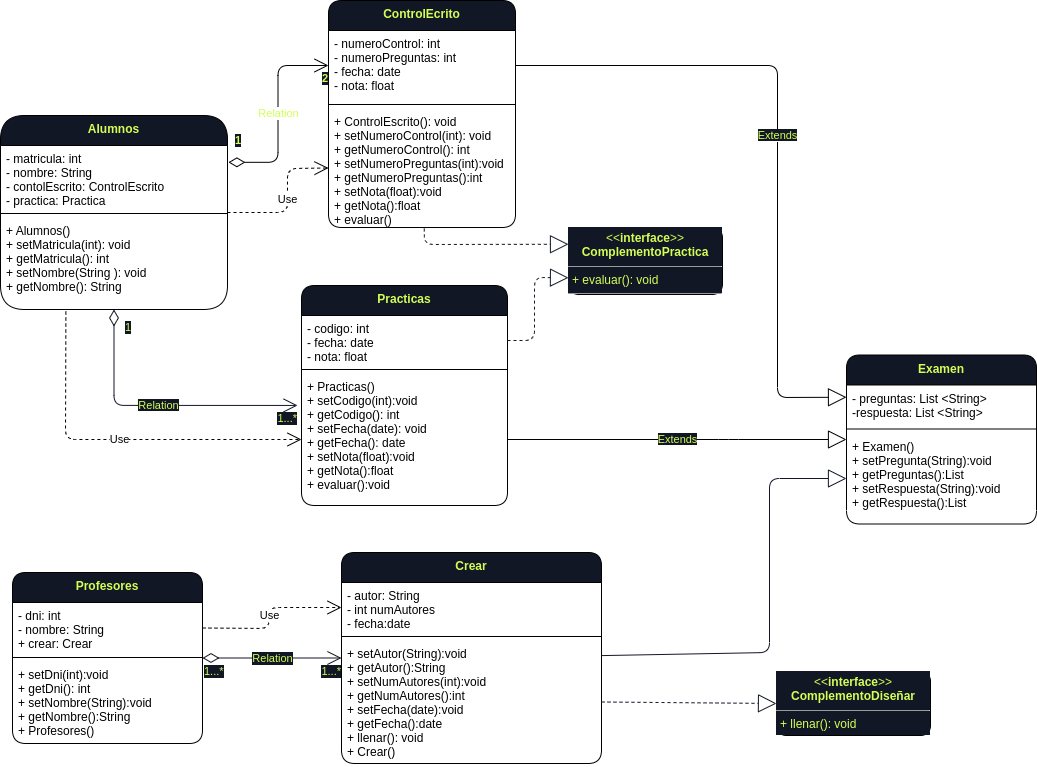
The draw.io diagram ABP/diagrama de clases/Diagrama_de_clases.png in miller-vrg/Desarrollo-2, before a commit. Source tidied: cells renumbered, new cells last; positions are measured from the earlier drawing's top-left corner, leaving out a move shared by most shapes.
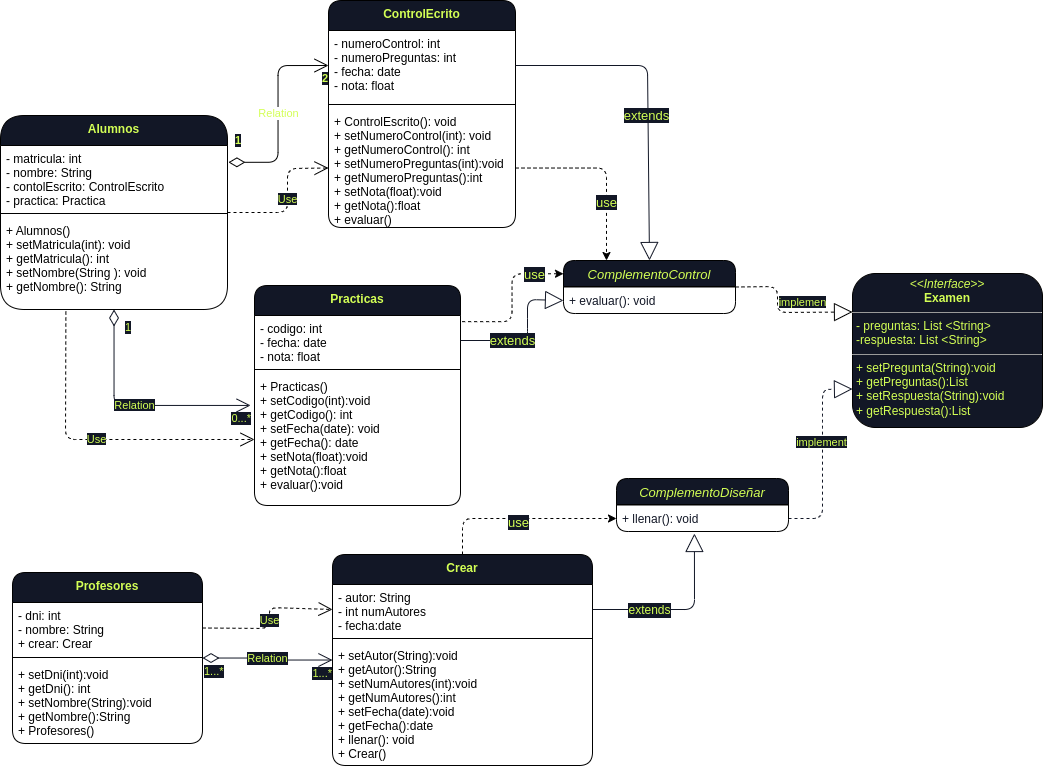
The same diagram one commit later.

Commit message:
Se actualiza el diagrama de clases

Change to the diagram source:
```diff
@@ -28,4 +28,5 @@
     </mxCell>
-    <mxCell id="10" style="edgeStyle=none;rounded=1;jettySize=auto;html=1;fontColor=#D3FF55;startArrow=ERone;startFill=0;endArrow=block;endFill=0;endSize=16;strokeColor=none;strokeWidth=1;entryX=1.015;entryY=0.84;entryDx=0;entryDy=0;entryPerimeter=0;" parent="1" edge="1" source="14" target="23">
+    <mxCell id="10" style="edgeStyle=none;rounded=1;jettySize=auto;html=1;fontColor=#D3FF55;startArrow=ERone;startFill=0;endArrow=block;endFill=0;endSize=16;strokeColor=none;strokeWidth=1;entryX=1.015;entryY=0.84;entryDx=0;entryDy=0;entryPerimeter=0;" parent="1" edge="1" target="23">
       <mxGeometry relative="1" as="geometry">
+        <mxPoint x="848.4" y="421" as="sourcePoint" />
         <Array as="points">
@@ -35,14 +36,2 @@
     </mxCell>
-    <mxCell id="11" value="Examen" style="swimlane;fontStyle=1;align=center;verticalAlign=top;horizontal=1;startSize=30;fillColor=#121726;fontColor=#D3FF55;rounded=1;" parent="1" vertex="1">
-      <mxGeometry x="846" y="354.5" width="190" height="169" as="geometry" />
-    </mxCell>
-    <mxCell id="12" value="- preguntas: List &lt;String&gt; &#10;-respuesta: List &lt;String&gt;&#10;" style="text;strokeColor=none;fillColor=none;align=left;verticalAlign=top;spacingLeft=4;spacingRight=4;overflow=hidden;rounded=1;" parent="11" vertex="1">
-      <mxGeometry y="30" width="190" height="40" as="geometry" />
-    </mxCell>
-    <mxCell id="13" style="line;strokeWidth=1;fillColor=none;align=left;verticalAlign=middle;spacingTop=-1;spacingLeft=3;spacingRight=3;labelPosition=right;rounded=1;" parent="11" vertex="1">
-      <mxGeometry y="70" width="190" height="8" as="geometry" />
-    </mxCell>
-    <mxCell id="14" value="+ Examen()&#10;+ setPregunta(String):void&#10;+ getPreguntas():List&#10;+ setRespuesta(String):void&#10;+ getRespuesta():List" style="text;strokeColor=none;fillColor=none;align=left;verticalAlign=top;spacingLeft=4;spacingRight=4;overflow=hidden;points=[[0,0.5],[1,0.5]];portConstraint=eastwest;rounded=1;" parent="11" vertex="1">
-      <mxGeometry y="78" width="190" height="91" as="geometry" />
-    </mxCell>
     <mxCell id="15" value="Relation" style="endArrow=open;html=1;endSize=12;startArrow=diamondThin;startSize=14;startFill=0;edgeStyle=orthogonalEdgeStyle;rounded=1;fontColor=#D3FF55;entryX=0;entryY=0.5;entryDx=0;entryDy=0;endFill=0;strokeWidth=1;exitX=1.004;exitY=0.263;exitDx=0;exitDy=0;exitPerimeter=0;" parent="1" edge="1" source="3" target="7">
@@ -70,4 +59,10 @@
     </mxCell>
+    <mxCell id="48" style="edgeStyle=orthogonalEdgeStyle;rounded=1;jettySize=auto;html=1;dashed=1;fontFamily=Helvetica;fontSize=13;fontColor=#D3FF55;startSize=30;" parent="1" edge="1" source="22" target="59">
+      <mxGeometry relative="1" as="geometry" />
+    </mxCell>
+    <mxCell id="49" value="use" style="edgeLabel;html=1;align=center;verticalAlign=middle;fontSize=13;fontFamily=Helvetica;fontColor=#D3FF55;labelBackgroundColor=#121726;" parent="48" vertex="1">
+      <mxGeometry x="-0.04" y="-3" relative="1" as="geometry" />
+    </mxCell>
     <mxCell id="22" value="Crear" style="swimlane;fontStyle=1;align=center;verticalAlign=top;horizontal=1;startSize=30;fillColor=#121726;fontColor=#D3FF55;rounded=1;" parent="1" vertex="1">
-      <mxGeometry x="341" y="552" width="260" height="211" as="geometry" />
+      <mxGeometry x="332" y="554" width="260" height="211" as="geometry" />
     </mxCell>
@@ -82,4 +77,12 @@
     </mxCell>
+    <mxCell id="50" style="edgeStyle=orthogonalEdgeStyle;rounded=1;jettySize=auto;html=1;entryX=0;entryY=0.25;entryDx=0;entryDy=0;dashed=1;fontFamily=Helvetica;fontSize=13;fontColor=#D3FF55;startSize=30;exitX=1.008;exitY=0.123;exitDx=0;exitDy=0;exitPerimeter=0;" parent="1" edge="1" source="27" target="60">
+      <mxGeometry relative="1" as="geometry" />
+    </mxCell>
+    <mxCell id="51" value="use" style="edgeLabel;html=1;align=center;verticalAlign=middle;fontSize=13;fontFamily=Helvetica;fontColor=#D3FF55;labelBackgroundColor=#121726;" parent="50" vertex="1">
+      <mxGeometry x="-0.52" y="-2" relative="1" as="geometry">
+        <mxPoint x="36" y="-50" as="offset" />
+      </mxGeometry>
+    </mxCell>
     <mxCell id="26" value="Practicas" style="swimlane;fontStyle=1;align=center;verticalAlign=top;horizontal=1;startSize=30;fillColor=#121726;fontColor=#D3FF55;rounded=1;" parent="1" vertex="1">
-      <mxGeometry x="301" y="285" width="206" height="220" as="geometry" />
+      <mxGeometry x="254" y="285" width="206" height="220" as="geometry" />
     </mxCell>
@@ -97,7 +100,7 @@
     </mxCell>
-    <mxCell id="31" value="&lt;span style=&quot;background-color: rgb(18 , 23 , 38)&quot;&gt;Extends&lt;/span&gt;" style="endArrow=block;endSize=16;endFill=0;html=1;rounded=1;fontColor=#D3FF55;entryX=0;entryY=0.25;entryDx=0;entryDy=0;exitX=1;exitY=0.5;exitDx=0;exitDy=0;" parent="1" edge="1" source="7" target="11">
-      <mxGeometry relative="1" as="geometry">
+    <mxCell id="31" value="&lt;span style=&quot;background-color: rgb(18 , 23 , 38)&quot;&gt;implemen&lt;/span&gt;" style="endArrow=block;endSize=16;endFill=0;html=1;rounded=1;fontColor=#D3FF55;exitX=1;exitY=0.5;exitDx=0;exitDy=0;entryX=0;entryY=0.25;entryDx=0;entryDy=0;dashed=1;" parent="1" edge="1" source="60" target="56">
+      <mxGeometry x="0.3" y="10" relative="1" as="geometry">
         <Array as="points">
-          <mxPoint x="777" y="65" />
-          <mxPoint x="777" y="397" />
+          <mxPoint x="777" y="286" />
+          <mxPoint x="777" y="312" />
         </Array>
@@ -105,14 +108,8 @@
     </mxCell>
-    <mxCell id="32" value="&lt;span style=&quot;background-color: rgb(18 , 23 , 38)&quot;&gt;Extends&lt;/span&gt;" style="endArrow=block;endFill=0;html=1;rounded=1;fontColor=#D3FF55;endSize=16;entryX=0;entryY=0.5;entryDx=0;entryDy=0;exitX=1;exitY=0.5;exitDx=0;exitDy=0;" parent="1" edge="1" source="29" target="11">
-      <mxGeometry relative="1" as="geometry">
-        <Array as="points">
-          <mxPoint x="728" y="439" />
-        </Array>
-      </mxGeometry>
-    </mxCell>
-    <mxCell id="33" style="edgeStyle=none;rounded=1;jettySize=auto;html=1;fontColor=#D3FF55;startArrow=none;startFill=0;endArrow=block;endFill=0;endSize=16;strokeColor=#121726;strokeWidth=1;entryX=0;entryY=0.5;entryDx=0;entryDy=0;" parent="1" edge="1" source="22" target="14">
+    <mxCell id="33" style="edgeStyle=none;rounded=1;jettySize=auto;html=1;fontColor=#D3FF55;startArrow=none;startFill=0;endArrow=block;endFill=0;endSize=16;strokeColor=#121726;strokeWidth=1;dashed=1;entryX=0;entryY=0.75;entryDx=0;entryDy=0;exitX=1;exitY=0.5;exitDx=0;exitDy=0;" parent="1" edge="1" source="59" target="56">
       <mxGeometry relative="1" as="geometry">
         <Array as="points">
-          <mxPoint x="769" y="652" />
-          <mxPoint x="769" y="478" />
+          <mxPoint x="822" y="518" />
+          <mxPoint x="822" y="421" />
+          <mxPoint x="822" y="389" />
         </Array>
@@ -120,2 +117,5 @@
     </mxCell>
+    <mxCell id="52" value="&lt;span style=&quot;background-color: rgb(18 , 23 , 38)&quot;&gt;&lt;font color=&quot;#d3ff55&quot;&gt;implement&lt;/font&gt;&lt;/span&gt;" style="edgeLabel;html=1;align=center;verticalAlign=middle;fontColor=#121726;" parent="33" vertex="1">
+      <mxGeometry x="0.14" y="2" relative="1" as="geometry" />
+    </mxCell>
     <mxCell id="34" value="&lt;span style=&quot;background-color: rgb(18 , 23 , 38)&quot;&gt;Relation&lt;/span&gt;" style="endArrow=open;html=1;endSize=12;startArrow=diamondThin;startSize=14;startFill=0;edgeStyle=orthogonalEdgeStyle;rounded=1;fontColor=#D3FF55;strokeColor=#121726;strokeWidth=1;endFill=0;entryX=-0.019;entryY=0.242;entryDx=0;entryDy=0;entryPerimeter=0;" parent="1" edge="1" source="2" target="29">
@@ -132,3 +132,3 @@
     </mxCell>
-    <mxCell id="36" value="1...*" style="edgeLabel;html=1;align=right;verticalAlign=top;labelBackgroundColor=#121726;fontColor=#D3FF55;fillColor=#121726;rounded=1;" parent="34" vertex="1">
+    <mxCell id="36" value="0...*" style="edgeLabel;html=1;align=right;verticalAlign=top;labelBackgroundColor=#121726;fontColor=#D3FF55;fillColor=#121726;rounded=1;" parent="34" vertex="1">
       <mxGeometry x="1" relative="1" as="geometry" />
@@ -144,16 +144,20 @@
     </mxCell>
-    <mxCell id="40" value="&lt;p style=&quot;margin: 0px ; margin-top: 4px ; text-align: center&quot;&gt;&amp;lt;&amp;lt;&lt;b&gt;interface&lt;/b&gt;&amp;gt;&amp;gt;&lt;br&gt;&lt;b&gt;ComplementoDiseñar&lt;/b&gt;&lt;/p&gt;&lt;hr size=&quot;1&quot;&gt;&lt;p style=&quot;margin: 0px ; margin-left: 4px&quot;&gt;+ llenar(): void&lt;br&gt;&lt;/p&gt;&lt;hr size=&quot;1&quot;&gt;&lt;p style=&quot;margin: 0px ; margin-left: 4px&quot;&gt;&lt;br&gt;&lt;/p&gt;" style="verticalAlign=top;align=left;overflow=fill;fontSize=12;fontFamily=Helvetica;html=1;rounded=1;shadow=0;labelBackgroundColor=#121726;fontColor=#D3FF55;fillColor=none;" parent="1" vertex="1">
-      <mxGeometry x="776" y="671" width="154" height="64" as="geometry" />
-    </mxCell>
-    <mxCell id="41" style="edgeStyle=none;rounded=1;jettySize=auto;html=1;fontColor=#D3FF55;startArrow=none;startFill=0;endArrow=block;endFill=0;endSize=16;strokeColor=#121726;strokeWidth=1;entryX=0;entryY=0.5;entryDx=0;entryDy=0;dashed=1;exitX=1;exitY=0.5;exitDx=0;exitDy=0;" parent="1" edge="1" source="25" target="40">
-      <mxGeometry relative="1" as="geometry" />
+    <mxCell id="41" style="edgeStyle=none;rounded=1;jettySize=auto;html=1;fontColor=#D3FF55;startArrow=none;startFill=0;endArrow=block;endFill=0;endSize=16;strokeColor=#121726;strokeWidth=1;exitX=1;exitY=0.5;exitDx=0;exitDy=0;entryX=0.453;entryY=1.077;entryDx=0;entryDy=0;entryPerimeter=0;" parent="1" edge="1" source="23" target="59">
+      <mxGeometry relative="1" as="geometry">
+        <Array as="points">
+          <mxPoint x="694" y="609" />
+        </Array>
+      </mxGeometry>
     </mxCell>
-    <mxCell id="42" value="&lt;p style=&quot;margin: 0px ; margin-top: 4px ; text-align: center&quot;&gt;&amp;lt;&amp;lt;&lt;b&gt;interface&lt;/b&gt;&amp;gt;&amp;gt;&lt;br&gt;&lt;b&gt;ComplementoPractica&lt;/b&gt;&lt;/p&gt;&lt;hr size=&quot;1&quot;&gt;&lt;p style=&quot;margin: 0px ; margin-left: 4px&quot;&gt;+ evaluar(): void&lt;br&gt;&lt;/p&gt;&lt;hr size=&quot;1&quot;&gt;&lt;p style=&quot;margin: 0px ; margin-left: 4px&quot;&gt;&lt;br&gt;&lt;/p&gt;" style="verticalAlign=top;align=left;overflow=fill;fontSize=12;fontFamily=Helvetica;html=1;rounded=1;shadow=0;labelBackgroundColor=#121726;fontColor=#D3FF55;fillColor=none;" parent="1" vertex="1">
-      <mxGeometry x="568" y="227" width="154" height="67" as="geometry" />
-    </mxCell>
+    <mxCell id="53" value="extends" style="edgeLabel;html=1;align=center;verticalAlign=middle;fontSize=12;fontFamily=Helvetica;fontColor=#D3FF55;labelBackgroundColor=#121726;" parent="41" vertex="1">
+      <mxGeometry x="-0.05" y="2" relative="1" as="geometry">
+        <mxPoint x="-28" y="2" as="offset" />
+      </mxGeometry>
+    </mxCell>
-    <mxCell id="43" style="edgeStyle=none;rounded=1;jettySize=auto;html=1;fontColor=#D3FF55;startArrow=none;startFill=0;endArrow=block;endFill=0;endSize=16;strokeColor=#121726;strokeWidth=1;dashed=1;entryX=0;entryY=0.75;entryDx=0;entryDy=0;exitX=1;exitY=0.5;exitDx=0;exitDy=0;" parent="1" edge="1" source="27" target="42">
+    <mxCell id="43" style="edgeStyle=none;rounded=1;jettySize=auto;html=1;fontColor=#D3FF55;startArrow=none;startFill=0;endArrow=block;endFill=0;endSize=16;strokeColor=#121726;strokeWidth=1;entryX=0;entryY=0.5;entryDx=0;entryDy=0;exitX=1;exitY=0.5;exitDx=0;exitDy=0;" parent="1" edge="1" source="27" target="62">
       <mxGeometry relative="1" as="geometry">
         <Array as="points">
-          <mxPoint x="534" y="340" />
-          <mxPoint x="534" y="277" />
+          <mxPoint x="527" y="340" />
+          <mxPoint x="527" y="328" />
+          <mxPoint x="527" y="299" />
         </Array>
@@ -161,6 +165,9 @@
     </mxCell>
+    <mxCell id="54" value="extends" style="edgeLabel;html=1;align=center;verticalAlign=middle;fontSize=13;fontFamily=Helvetica;fontColor=#D3FF55;labelBackgroundColor=#121726;" parent="43" vertex="1">
+      <mxGeometry x="-0.29" y="1" relative="1" as="geometry" />
+    </mxCell>
-    <mxCell id="44" style="edgeStyle=none;rounded=1;jettySize=auto;html=1;fontColor=#D3FF55;startArrow=none;startFill=0;endArrow=block;endFill=0;endSize=16;strokeColor=#121726;strokeWidth=1;dashed=1;entryX=0;entryY=0.25;entryDx=0;entryDy=0;exitX=0.512;exitY=1.008;exitDx=0;exitDy=0;exitPerimeter=0;" parent="1" edge="1" source="9" target="42">
+    <mxCell id="44" style="edgeStyle=none;rounded=1;jettySize=auto;html=1;fontColor=#D3FF55;startArrow=none;startFill=0;endArrow=block;endFill=0;endSize=16;strokeColor=#121726;strokeWidth=1;entryX=0.5;entryY=0;entryDx=0;entryDy=0;exitX=1;exitY=0.5;exitDx=0;exitDy=0;" parent="1" edge="1" source="7" target="60">
       <mxGeometry relative="1" as="geometry">
         <Array as="points">
-          <mxPoint x="424" y="244" />
+          <mxPoint x="647" y="65" />
         </Array>
@@ -168,3 +175,6 @@
     </mxCell>
+    <mxCell id="55" value="extends" style="edgeLabel;html=1;align=center;verticalAlign=middle;fontSize=13;fontFamily=Helvetica;fontColor=#D3FF55;labelBackgroundColor=#121726;" parent="44" vertex="1">
+      <mxGeometry x="0.11" y="-2" relative="1" as="geometry" />
+    </mxCell>
-    <mxCell id="45" value="Use" style="endArrow=open;endSize=12;dashed=1;html=1;rounded=1;exitX=0.288;exitY=1.022;exitDx=0;exitDy=0;exitPerimeter=0;entryX=0;entryY=0.5;entryDx=0;entryDy=0;strokeColor=default;" parent="1" edge="1" source="5" target="29">
+    <mxCell id="45" value="&lt;span style=&quot;background-color: rgb(18 , 23 , 38)&quot;&gt;&lt;font color=&quot;#d3ff55&quot;&gt;Use&lt;/font&gt;&lt;/span&gt;" style="endArrow=open;endSize=12;dashed=1;html=1;rounded=1;exitX=0.288;exitY=1.022;exitDx=0;exitDy=0;exitPerimeter=0;entryX=0;entryY=0.5;entryDx=0;entryDy=0;strokeColor=default;" parent="1" edge="1" source="5" target="29">
       <mxGeometry relative="1" as="geometry">
@@ -175,3 +185,3 @@
     </mxCell>
-    <mxCell id="46" value="Use" style="endArrow=open;endSize=12;dashed=1;html=1;rounded=1;exitX=1;exitY=0.5;exitDx=0;exitDy=0;entryX=0;entryY=0.5;entryDx=0;entryDy=0;strokeColor=default;" parent="1" edge="1" source="2" target="9">
+    <mxCell id="46" value="&lt;span style=&quot;background-color: rgb(18 , 23 , 38)&quot;&gt;&lt;font color=&quot;#d3ff55&quot;&gt;Use&lt;/font&gt;&lt;/span&gt;" style="endArrow=open;endSize=12;dashed=1;html=1;rounded=1;exitX=1;exitY=0.5;exitDx=0;exitDy=0;entryX=0;entryY=0.5;entryDx=0;entryDy=0;strokeColor=default;" parent="1" edge="1" source="2" target="9">
       <mxGeometry relative="1" as="geometry">
@@ -183,3 +193,3 @@
     </mxCell>
-    <mxCell id="47" value="Use" style="endArrow=open;endSize=12;dashed=1;html=1;rounded=1;strokeColor=default;exitX=1;exitY=0.5;exitDx=0;exitDy=0;entryX=0;entryY=0.5;entryDx=0;entryDy=0;" parent="1" edge="1" source="19" target="23">
+    <mxCell id="47" value="Use" style="endArrow=open;endSize=12;dashed=1;html=1;rounded=1;strokeColor=default;exitX=1;exitY=0.5;exitDx=0;exitDy=0;entryX=0;entryY=0.5;entryDx=0;entryDy=0;labelBackgroundColor=#121726;fontColor=#D3FF55;" parent="1" edge="1" source="19" target="23">
       <mxGeometry relative="1" as="geometry">
@@ -191,2 +201,29 @@
     </mxCell>
+    <mxCell id="56" value="&lt;p style=&quot;margin: 0px ; margin-top: 4px ; text-align: center&quot;&gt;&lt;i&gt;&amp;lt;&amp;lt;Interface&amp;gt;&amp;gt;&lt;/i&gt;&lt;br&gt;&lt;b&gt;Examen&lt;/b&gt;&lt;/p&gt;&lt;hr size=&quot;1&quot;&gt;&lt;p style=&quot;margin: 0px ; margin-left: 4px&quot;&gt;- preguntas: List &amp;lt;String&amp;gt;&amp;nbsp;&lt;br style=&quot;padding: 0px ; margin: 0px&quot;&gt;-respuesta: List &amp;lt;String&amp;gt;&lt;/p&gt;&lt;hr size=&quot;1&quot;&gt;&lt;p style=&quot;margin: 0px ; margin-left: 4px&quot;&gt;+ setPregunta(String):void&lt;br style=&quot;padding: 0px ; margin: 0px&quot;&gt;+ getPreguntas():List&lt;br style=&quot;padding: 0px ; margin: 0px&quot;&gt;+ setRespuesta(String):void&lt;br style=&quot;padding: 0px ; margin: 0px&quot;&gt;+ getRespuesta():List&lt;br&gt;&lt;/p&gt;" style="verticalAlign=top;align=left;overflow=fill;fontSize=12;fontFamily=Helvetica;html=1;rounded=1;fontColor=#D3FF55;startSize=37;strokeColor=default;fillColor=#121726;" parent="1" vertex="1">
+      <mxGeometry x="852" y="273" width="190" height="154" as="geometry" />
+    </mxCell>
+    <mxCell id="57" value="ComplementoDiseñar" style="swimlane;fontStyle=2;align=center;verticalAlign=top;horizontal=1;startSize=26;rounded=1;fontFamily=Helvetica;fontSize=13;fontColor=#D3FF55;strokeColor=default;fillColor=#121726;" parent="1" vertex="1">
+      <mxGeometry x="616" y="478" width="172" height="53" as="geometry" />
+    </mxCell>
+    <mxCell id="58" style="line;strokeWidth=1;fillColor=none;align=left;verticalAlign=middle;spacingTop=-1;spacingLeft=3;spacingRight=3;labelPosition=right;rounded=1;fontFamily=Helvetica;fontSize=12;fontColor=#D3FF55;startSize=30;" parent="57" vertex="1">
+      <mxGeometry y="26" width="172" height="1" as="geometry" />
+    </mxCell>
+    <mxCell id="59" value="+ llenar(): void" style="text;strokeColor=none;fillColor=none;align=left;verticalAlign=top;spacingLeft=4;spacingRight=4;overflow=hidden;points=[[0,0.5],[1,0.5]];portConstraint=eastwest;rounded=1;fontFamily=Helvetica;fontSize=12;fontColor=#121726;startSize=30;" parent="57" vertex="1">
+      <mxGeometry y="27" width="172" height="26" as="geometry" />
+    </mxCell>
+    <mxCell id="60" value="ComplementoControl" style="swimlane;fontStyle=2;align=center;verticalAlign=top;horizontal=1;startSize=26;rounded=1;fontFamily=Helvetica;fontSize=13;fontColor=#D3FF55;strokeColor=default;fillColor=#121726;" parent="1" vertex="1">
+      <mxGeometry x="563" y="260" width="172" height="53" as="geometry" />
+    </mxCell>
+    <mxCell id="61" style="line;strokeWidth=1;fillColor=none;align=left;verticalAlign=middle;spacingTop=-1;spacingLeft=3;spacingRight=3;labelPosition=right;rounded=1;fontFamily=Helvetica;fontSize=12;fontColor=#D3FF55;startSize=30;" parent="60" vertex="1">
+      <mxGeometry y="26" width="172" height="1" as="geometry" />
+    </mxCell>
+    <mxCell id="62" value="+ evaluar(): void" style="text;strokeColor=none;fillColor=none;align=left;verticalAlign=top;spacingLeft=4;spacingRight=4;overflow=hidden;points=[[0,0.5],[1,0.5]];portConstraint=eastwest;rounded=1;fontFamily=Helvetica;fontSize=12;fontColor=#121726;startSize=30;" parent="60" vertex="1">
+      <mxGeometry y="27" width="172" height="26" as="geometry" />
+    </mxCell>
+    <mxCell id="63" style="edgeStyle=orthogonalEdgeStyle;rounded=1;jettySize=auto;html=1;entryX=0.25;entryY=0;entryDx=0;entryDy=0;dashed=1;fontFamily=Helvetica;fontSize=13;fontColor=#D3FF55;startSize=30;" parent="1" edge="1" source="9" target="60">
+      <mxGeometry relative="1" as="geometry" />
+    </mxCell>
+    <mxCell id="64" value="use" style="edgeLabel;html=1;align=center;verticalAlign=middle;fontSize=13;fontFamily=Helvetica;fontColor=#D3FF55;labelBackgroundColor=#121726;" parent="63" vertex="1">
+      <mxGeometry x="0.35" y="-1" relative="1" as="geometry" />
+    </mxCell>
   </root>
```
